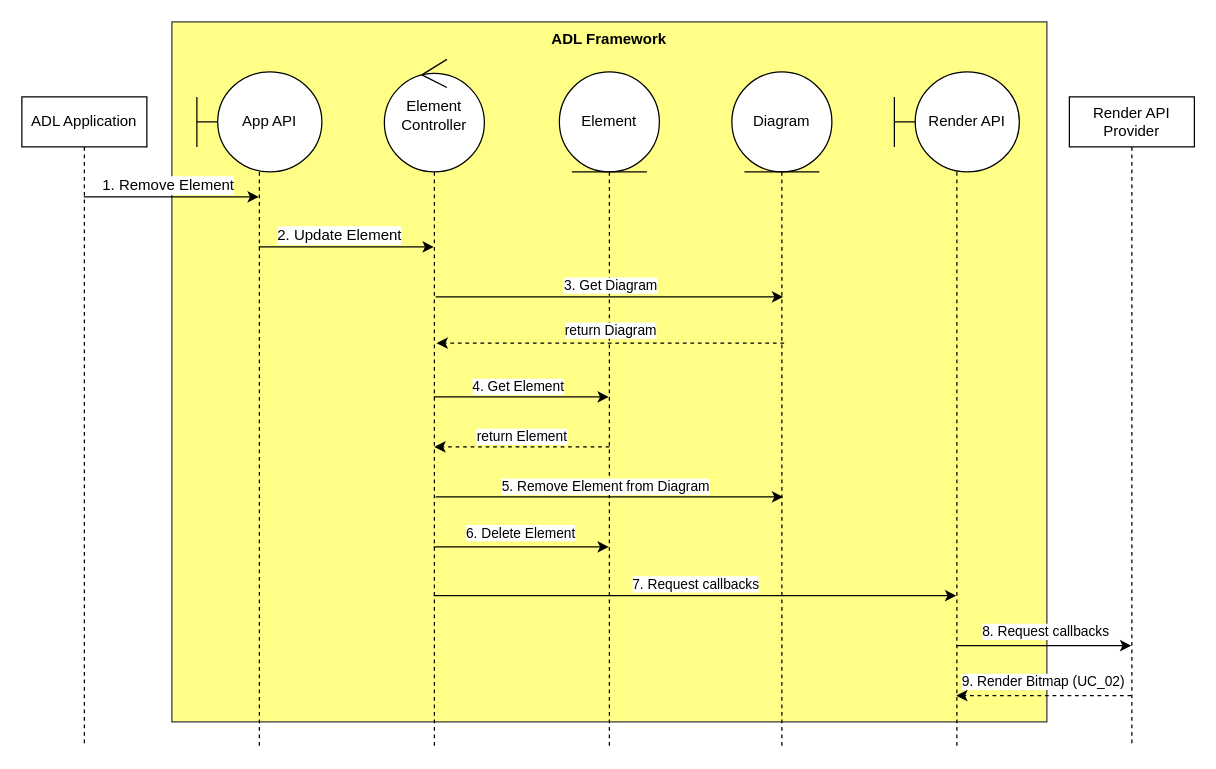
Earlier version of the draw.io diagram SaveDiagramAsImage.drawio (phunm211/SW-Associate-Architecture). Source tidied: cells renumbered, new cells numbered last; positions are measured from the earlier drawing's top-left corner, leaving out a move shared by most shapes. Both pictures are drawn from the tidied source at 125%, with x=0, y=0 at pixel (21, 21).
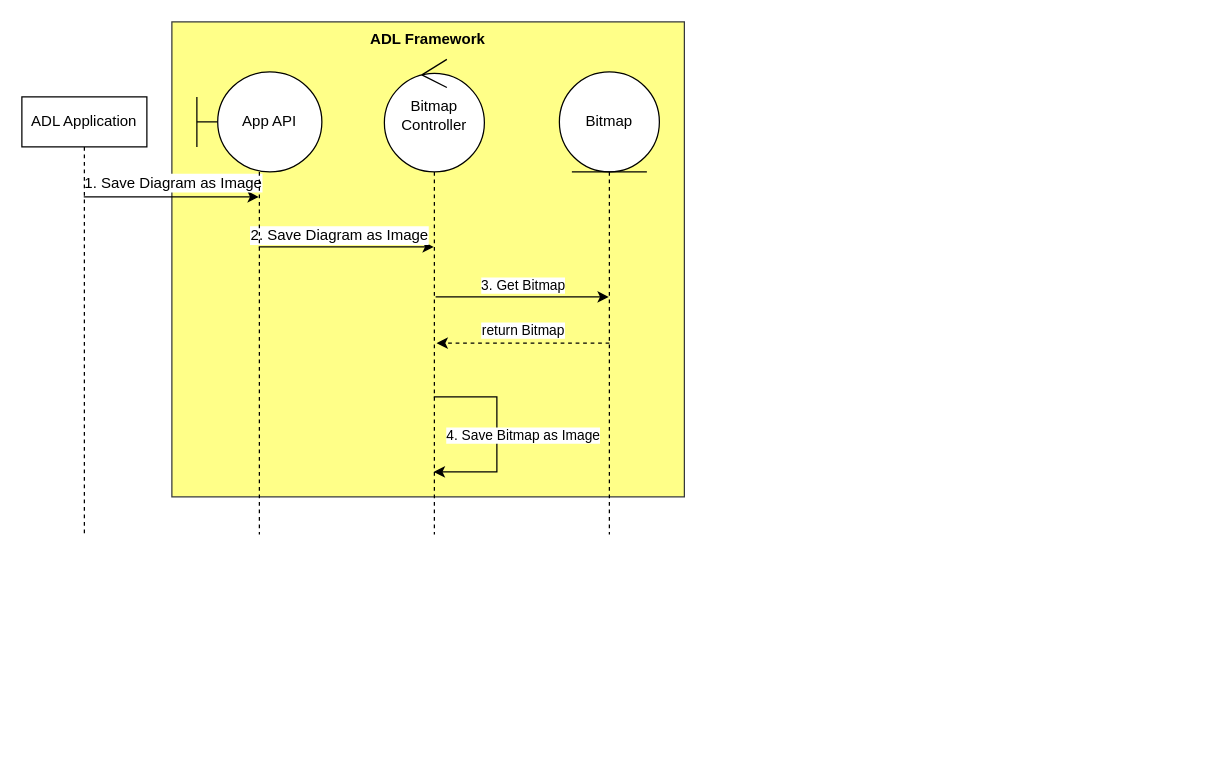
After the change.

The change refers to these unchanged cells:
```xml
<mxCell id="6" style="rounded=0;jettySize=auto;html=1;fontFamily=Helvetica;fontSize=12;fontColor=default;" parent="1" edge="1" source="8" target="18">
  <mxGeometry relative="1" as="geometry">
    <Array as="points">
      <mxPoint x="140" y="140" />
    </Array>
  </mxGeometry>
</mxCell>
<mxCell id="9" style="rounded=0;jettySize=auto;html=1;fontFamily=Helvetica;fontSize=12;fontColor=default;" parent="1" edge="1" source="18" target="17">
  <mxGeometry relative="1" as="geometry">
    <Array as="points">
      <mxPoint x="260" y="180" />
    </Array>
  </mxGeometry>
</mxCell>
```

The edit, as a diff of the source:
```diff
@@
     <mxCell id="2" value="ADL Framework" style="rounded=0;whiteSpace=wrap;html=1;strokeColor=#36393d;align=center;verticalAlign=top;fontFamily=Helvetica;fontSize=12;fillColor=#ffff88;fontStyle=1;" parent="1" vertex="1">
-      <mxGeometry x="120" width="700" height="560" as="geometry" />
+      <mxGeometry x="120" width="410" height="380" as="geometry" />
     </mxCell>
-    <mxCell id="3" style="rounded=0;orthogonalLoop=1;jettySize=auto;html=1;dashed=1;" parent="1" edge="1">
-      <mxGeometry relative="1" as="geometry">
-        <mxPoint x="470" y="340" as="sourcePoint" />
-        <mxPoint x="330" y="340" as="targetPoint" />
-      </mxGeometry>
-    </mxCell>
-    <mxCell id="4" value="return Element" style="edgeLabel;html=1;align=center;verticalAlign=middle;" parent="3" vertex="1">
-      <mxGeometry x="0.02" y="-4" relative="1" as="geometry">
-        <mxPoint y="-5" as="offset" />
-      </mxGeometry>
-    </mxCell>
-    <mxCell id="5" value="Element" style="shape=umlLifeline;perimeter=lifelinePerimeter;whiteSpace=wrap;html=1;outlineConnect=0;portConstraint=eastwest;newEdgeStyle={&quot;curved&quot;:0,&quot;rounded&quot;:0};participant=umlEntity;strokeColor=default;align=center;verticalAlign=middle;fontFamily=Helvetica;fontSize=12;fontColor=default;fillColor=default;size=80;" parent="1" vertex="1">
-      <mxGeometry x="430" y="40" width="80" height="540" as="geometry" />
+    <mxCell id="5" value="Bitmap" style="shape=umlLifeline;perimeter=lifelinePerimeter;whiteSpace=wrap;html=1;outlineConnect=0;portConstraint=eastwest;newEdgeStyle={&quot;curved&quot;:0,&quot;rounded&quot;:0};participant=umlEntity;strokeColor=default;align=center;verticalAlign=middle;fontFamily=Helvetica;fontSize=12;fontColor=default;fillColor=default;size=80;" parent="1" vertex="1">
+      <mxGeometry x="430" y="40" width="80" height="370" as="geometry" />
     </mxCell>
@@
-    <mxCell id="7" value="1. Remove Element" style="edgeLabel;html=1;align=center;verticalAlign=middle;fontSize=12;fontFamily=Helvetica;fontColor=default;" parent="6" vertex="1">
+    <mxCell id="7" value="1. Save Diagram as Image" style="edgeLabel;html=1;align=center;verticalAlign=middle;fontSize=12;fontFamily=Helvetica;fontColor=default;" parent="6" vertex="1">
       <mxGeometry x="-0.04" y="2" relative="1" as="geometry">
-        <mxPoint y="-8" as="offset" />
+        <mxPoint x="4" y="-10" as="offset" />
       </mxGeometry>
     </mxCell>
     <mxCell id="8" value="ADL Application" style="shape=umlLifeline;perimeter=lifelinePerimeter;whiteSpace=wrap;html=1;outlineConnect=0;portConstraint=eastwest;newEdgeStyle={&quot;curved&quot;:0,&quot;rounded&quot;:0};" parent="1" vertex="1">
-      <mxGeometry y="60" width="100" height="520" as="geometry" />
+      <mxGeometry y="60" width="100" height="350" as="geometry" />
     </mxCell>
@@
-    <mxCell id="10" value="2. Update Element" style="edgeLabel;html=1;align=center;verticalAlign=middle;fontSize=12;fontFamily=Helvetica;fontColor=default;" parent="9" vertex="1">
+    <mxCell id="10" value="2. Save Diagram as Image" style="edgeLabel;html=1;align=center;verticalAlign=middle;fontSize=12;fontFamily=Helvetica;fontColor=default;" parent="9" vertex="1">
       <mxGeometry x="-0.09" y="-1" relative="1" as="geometry">
         <mxPoint y="-11" as="offset" />
       </mxGeometry>
     </mxCell>
-    <mxCell id="11" style="rounded=0;orthogonalLoop=1;jettySize=auto;html=1;" parent="1" edge="1">
-      <mxGeometry relative="1" as="geometry">
-        <mxPoint x="329.5" y="459" as="sourcePoint" />
-        <mxPoint x="747.5" y="459" as="targetPoint" />
-        <Array as="points">
-          <mxPoint x="540" y="459" />
-        </Array>
-      </mxGeometry>
-    </mxCell>
-    <mxCell id="12" value="7. Request callbacks" style="edgeLabel;html=1;align=center;verticalAlign=middle;" parent="11" vertex="1">
-      <mxGeometry relative="1" as="geometry">
-        <mxPoint y="-10" as="offset" />
-      </mxGeometry>
-    </mxCell>
-    <mxCell id="13" style="rounded=0;orthogonalLoop=1;jettySize=auto;html=1;" parent="1" edge="1">
-      <mxGeometry relative="1" as="geometry">
-        <mxPoint x="331" y="380" as="sourcePoint" />
-        <mxPoint x="609" y="380" as="targetPoint" />
-      </mxGeometry>
-    </mxCell>
-    <mxCell id="14" value="5. Remove Element from Diagram" style="edgeLabel;html=1;align=center;verticalAlign=middle;" parent="13" vertex="1">
-      <mxGeometry x="-0.03" y="3" relative="1" as="geometry">
-        <mxPoint y="-6" as="offset" />
-      </mxGeometry>
-    </mxCell>
-    <mxCell id="15" style="rounded=0;jettySize=auto;html=1;" parent="1" edge="1" source="17" target="5">
-      <mxGeometry relative="1" as="geometry">
-        <Array as="points">
-          <mxPoint x="400" y="420" />
-        </Array>
-      </mxGeometry>
-    </mxCell>
-    <mxCell id="16" value="6. Delete Element" style="edgeLabel;html=1;align=center;verticalAlign=middle;" parent="15" vertex="1">
-      <mxGeometry x="-0.01" y="3" relative="1" as="geometry">
-        <mxPoint y="-9" as="offset" />
-      </mxGeometry>
-    </mxCell>
-    <mxCell id="17" value="Element Controller" style="shape=umlLifeline;perimeter=lifelinePerimeter;whiteSpace=wrap;html=1;outlineConnect=0;portConstraint=eastwest;newEdgeStyle={&quot;curved&quot;:0,&quot;rounded&quot;:0};participant=umlControl;strokeColor=default;align=center;verticalAlign=middle;fontFamily=Helvetica;fontSize=12;fontColor=default;fillColor=default;size=90;" parent="1" vertex="1">
-      <mxGeometry x="290" y="30" width="80" height="550" as="geometry" />
+    <mxCell id="17" value="Bitmap Controller" style="shape=umlLifeline;perimeter=lifelinePerimeter;whiteSpace=wrap;html=1;outlineConnect=0;portConstraint=eastwest;newEdgeStyle={&quot;curved&quot;:0,&quot;rounded&quot;:0};participant=umlControl;strokeColor=default;align=center;verticalAlign=middle;fontFamily=Helvetica;fontSize=12;fontColor=default;fillColor=default;size=90;" parent="1" vertex="1">
+      <mxGeometry x="290" y="30" width="80" height="380" as="geometry" />
     </mxCell>
     <mxCell id="18" value="&amp;nbsp; &amp;nbsp; &amp;nbsp;App API" style="shape=umlLifeline;perimeter=lifelinePerimeter;whiteSpace=wrap;html=1;outlineConnect=0;portConstraint=eastwest;newEdgeStyle={&quot;curved&quot;:0,&quot;rounded&quot;:0};participant=umlBoundary;size=80;" parent="1" vertex="1">
-      <mxGeometry x="140" y="40" width="100" height="540" as="geometry" />
+      <mxGeometry x="140" y="40" width="100" height="370" as="geometry" />
     </mxCell>
-    <mxCell id="19" style="rounded=0;orthogonalLoop=1;jettySize=auto;html=1;" parent="1" edge="1">
+    <mxCell id="19" style="rounded=0;jettySize=auto;html=1;edgeStyle=elbowEdgeStyle;" parent="1" edge="1" target="17">
       <mxGeometry relative="1" as="geometry">
         <mxPoint x="329.5" y="300" as="sourcePoint" />
-        <mxPoint x="469.5" y="300" as="targetPoint" />
         <Array as="points">
-          <mxPoint x="390" y="300" />
+          <mxPoint x="380" y="360" />
         </Array>
       </mxGeometry>
     </mxCell>
-    <mxCell id="20" value="4. Get Element" style="edgeLabel;html=1;align=center;verticalAlign=middle;" parent="19" vertex="1">
+    <mxCell id="20" value="4. Save Bitmap as Image" style="edgeLabel;html=1;align=center;verticalAlign=middle;" parent="19" vertex="1">
       <mxGeometry x="-0.05" y="3" relative="1" as="geometry">
-        <mxPoint y="-6" as="offset" />
+        <mxPoint x="17" y="5" as="offset" />
       </mxGeometry>
     </mxCell>
-    <mxCell id="21" style="rounded=0;orthogonalLoop=1;jettySize=auto;html=1;" parent="1" edge="1">
+    <mxCell id="21" style="rounded=0;jettySize=auto;html=1;" parent="1" edge="1" target="5">
       <mxGeometry relative="1" as="geometry">
         <mxPoint x="331" y="220" as="sourcePoint" />
-        <mxPoint x="609" y="220" as="targetPoint" />
-        <Array as="points">
-          <mxPoint x="481.5" y="220" />
-        </Array>
       </mxGeometry>
     </mxCell>
-    <mxCell id="22" value="3. Get Diagram" style="edgeLabel;html=1;align=center;verticalAlign=middle;" parent="21" vertex="1">
+    <mxCell id="22" value="3. Get Bitmap" style="edgeLabel;html=1;align=center;verticalAlign=middle;" parent="21" vertex="1">
       <mxGeometry x="0.65" y="-2" relative="1" as="geometry">
-        <mxPoint x="-90" y="-12" as="offset" />
+        <mxPoint x="-45" y="-12" as="offset" />
       </mxGeometry>
     </mxCell>
-    <mxCell id="23" value="Diagram" style="shape=umlLifeline;perimeter=lifelinePerimeter;whiteSpace=wrap;html=1;newEdgeStyle={&quot;curved&quot;:0,&quot;rounded&quot;:0};participant=umlEntity;strokeColor=default;align=center;verticalAlign=middle;fontFamily=Helvetica;fontSize=12;fontColor=default;fillColor=default;size=80;" parent="1" vertex="1">
-      <mxGeometry x="568" y="40" width="80" height="540" as="geometry" />
-    </mxCell>
-    <mxCell id="24" style="rounded=0;orthogonalLoop=1;jettySize=auto;html=1;dashed=1;" parent="1" edge="1">
-      <mxGeometry relative="1" as="geometry">
-        <mxPoint x="887.5" y="539" as="sourcePoint" />
-        <mxPoint x="747.5" y="539" as="targetPoint" />
-        <Array as="points">
-          <mxPoint x="810" y="539" />
-        </Array>
-      </mxGeometry>
-    </mxCell>
-    <mxCell id="25" value="9. Render Bitmap (UC_02)" style="edgeLabel;html=1;align=center;verticalAlign=middle;" parent="24" vertex="1">
-      <mxGeometry x="0.15" y="-2" relative="1" as="geometry">
-        <mxPoint x="10" y="-10" as="offset" />
-      </mxGeometry>
-    </mxCell>
-    <mxCell id="26" value="Render API Provider" style="shape=umlLifeline;perimeter=lifelinePerimeter;whiteSpace=wrap;html=1;newEdgeStyle={&quot;curved&quot;:0,&quot;rounded&quot;:0};" parent="1" vertex="1">
-      <mxGeometry x="838" y="60" width="100" height="520" as="geometry" />
-    </mxCell>
-    <mxCell id="27" style="rounded=0;orthogonalLoop=1;jettySize=auto;html=1;" parent="1" edge="1">
-      <mxGeometry relative="1" as="geometry">
-        <mxPoint x="747.5" y="499" as="sourcePoint" />
-        <mxPoint x="887.5" y="499" as="targetPoint" />
-        <Array as="points">
-          <mxPoint x="810" y="499" />
-        </Array>
-      </mxGeometry>
-    </mxCell>
-    <mxCell id="28" value="8. Request callbacks" style="edgeLabel;html=1;align=center;verticalAlign=middle;" parent="27" vertex="1">
-      <mxGeometry x="-0.13" y="2" relative="1" as="geometry">
-        <mxPoint x="10" y="-10" as="offset" />
-      </mxGeometry>
-    </mxCell>
-    <mxCell id="29" value="&amp;nbsp; &amp;nbsp; &amp;nbsp;Render API" style="shape=umlLifeline;perimeter=lifelinePerimeter;whiteSpace=wrap;html=1;newEdgeStyle={&quot;curved&quot;:0,&quot;rounded&quot;:0};participant=umlBoundary;size=80;" parent="1" vertex="1">
-      <mxGeometry x="698" y="40" width="100" height="540" as="geometry" />
-    </mxCell>
-    <mxCell id="30" value="return Diagram" style="rounded=0;orthogonalLoop=1;jettySize=auto;html=1;dashed=1;" parent="1" edge="1">
+    <mxCell id="30" value="return Bitmap" style="rounded=0;orthogonalLoop=1;jettySize=auto;html=1;dashed=1;" parent="1" edge="1">
       <mxGeometry y="-10" relative="1" as="geometry">
-        <mxPoint x="609.8" y="257" as="sourcePoint" />
+        <mxPoint x="470" y="257" as="sourcePoint" />
         <mxPoint x="331.8" y="257" as="targetPoint" />
       </mxGeometry>
     </mxCell>
```
